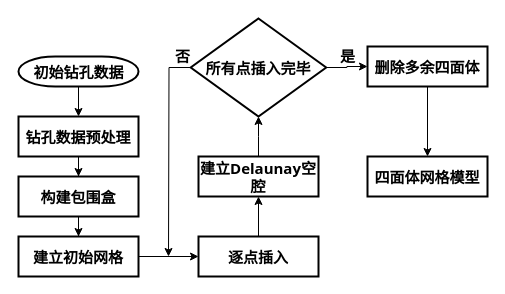
Earlier version of the draw.io diagram 四面体网格.drawio (czbczl/huitu). Source tidied: cells renumbered, new cells numbered last; positions are measured from the earlier drawing's top-left corner, leaving out a move shared by most shapes. Both pictures are drawn from the tidied source at 100%, with x=0, y=0 at pixel (18, 18).
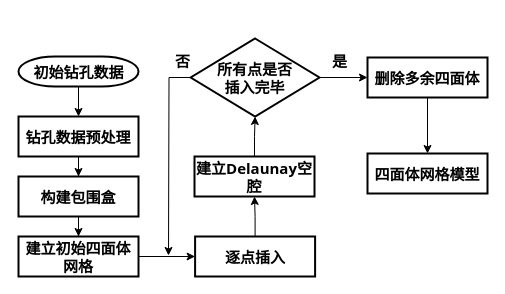
The same page after the edit.

Commit message:
更新四面体网格.drawio

Diff of the diagram source:
```diff
@@
-    <mxCell id="9" value="建立初始网格" style="whiteSpace=wrap;html=1;fontStyle=1;strokeWidth=2;gradientDirection=north;fontFamily=Tahoma;fontSize=15;" parent="1" vertex="1">
+    <mxCell id="9" value="建立初始四面体网格" style="whiteSpace=wrap;html=1;fontStyle=1;strokeWidth=2;gradientDirection=north;fontFamily=Tahoma;fontSize=15;" parent="1" vertex="1">
       <mxGeometry y="218" width="120" height="40" as="geometry" />
     </mxCell>
@@
     <mxCell id="11" value="逐点插入" style="whiteSpace=wrap;html=1;fontStyle=1;strokeWidth=2;gradientDirection=north;fontFamily=Tahoma;fontSize=15;" parent="1" vertex="1">
-      <mxGeometry x="180" y="218" width="120" height="40" as="geometry" />
+      <mxGeometry x="176.6" y="218" width="120" height="40" as="geometry" />
     </mxCell>
@@
     <mxCell id="13" value="建立Delaunay空腔" style="whiteSpace=wrap;html=1;fontStyle=1;strokeWidth=2;gradientDirection=north;fontFamily=Tahoma;fontSize=15;" parent="1" vertex="1">
-      <mxGeometry x="180" y="138" width="120" height="40" as="geometry" />
+      <mxGeometry x="176" y="138" width="120" height="40" as="geometry" />
     </mxCell>
     <mxCell id="14" style="edgeStyle=orthogonalEdgeStyle;rounded=0;jettySize=auto;html=1;exitX=0;exitY=0.5;exitDx=0;exitDy=0;fontFamily=Tahoma;fontSize=15;" parent="1" edge="1" source="16">
       <mxGeometry relative="1" as="geometry">
-        <mxPoint x="150" y="238" as="targetPoint" />
+        <mxPoint x="150" y="237" as="targetPoint" />
       </mxGeometry>
     </mxCell>
@@
-    <mxCell id="16" value="所有点插入完毕" style="rhombus;whiteSpace=wrap;html=1;fontStyle=1;strokeWidth=2;gradientDirection=north;fontFamily=Tahoma;fontSize=15;" parent="1" vertex="1">
-      <mxGeometry x="172.2" width="135.5" height="98" as="geometry" />
+    <mxCell id="16" value="所有点是否 &lt;br&gt;插入完毕" style="rhombus;whiteSpace=wrap;html=1;fontStyle=1;strokeWidth=2;gradientDirection=north;fontFamily=Tahoma;fontSize=15;" parent="1" vertex="1">
+      <mxGeometry x="172.2" y="20" width="128.8" height="78" as="geometry" />
     </mxCell>
@@
     <mxCell id="18" value="四面体网格模型" style="whiteSpace=wrap;html=1;fontStyle=1;strokeWidth=2;gradientDirection=north;fontFamily=Tahoma;fontSize=15;" parent="1" vertex="1">
-      <mxGeometry x="349" y="138" width="120" height="40" as="geometry" />
+      <mxGeometry x="349" y="135" width="120" height="40" as="geometry" />
     </mxCell>
     <mxCell id="19" value="删除多余四面体" style="whiteSpace=wrap;html=1;fontStyle=1;strokeWidth=2;gradientDirection=north;fontFamily=Tahoma;fontSize=15;" parent="1" vertex="1">
-      <mxGeometry x="349" y="28" width="120" height="40" as="geometry" />
+      <mxGeometry x="349" y="39" width="120" height="40" as="geometry" />
     </mxCell>
     <mxCell id="20" value="否" style="text;html=1;align=center;verticalAlign=middle;fontStyle=1;fontFamily=Tahoma;fontSize=15;" parent="1" vertex="1">
-      <mxGeometry x="151" y="26" width="25" height="22" as="geometry" />
+      <mxGeometry x="151" y="31" width="25" height="22" as="geometry" />
     </mxCell>
     <mxCell id="21" value="是" style="text;html=1;align=center;verticalAlign=middle;fontStyle=1;fontFamily=Tahoma;fontSize=15;" parent="1" vertex="1">
-      <mxGeometry x="316" y="26" width="25" height="22" as="geometry" />
+      <mxGeometry x="308" y="31" width="25" height="22" as="geometry" />
     </mxCell>
```
